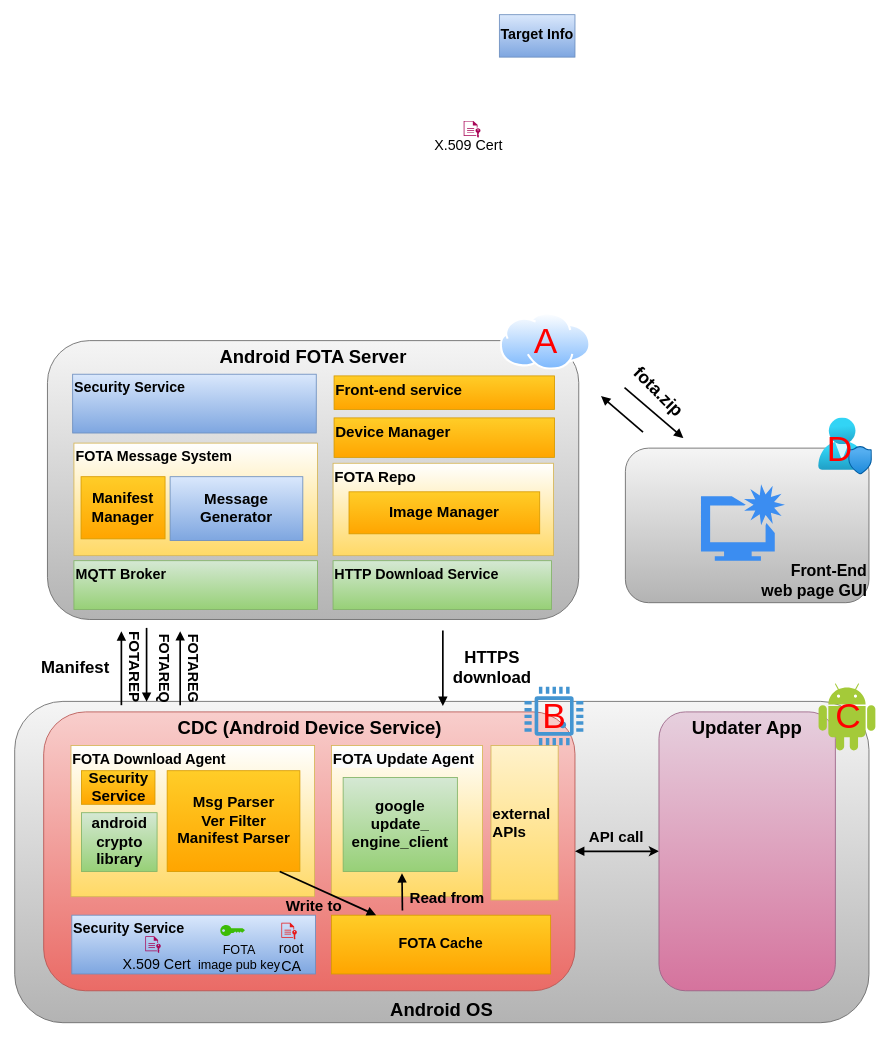
Above: autox/cdc-ota.drawio in carloscn/drawio (draw.io), before the change. Source tidied: cells renumbered, new cells numbered last; positions are measured from the earlier drawing's top-left corner, leaving out a move shared by most shapes. Both pictures are drawn from the tidied source at 84%, with x=0, y=0 at pixel (14, 14).
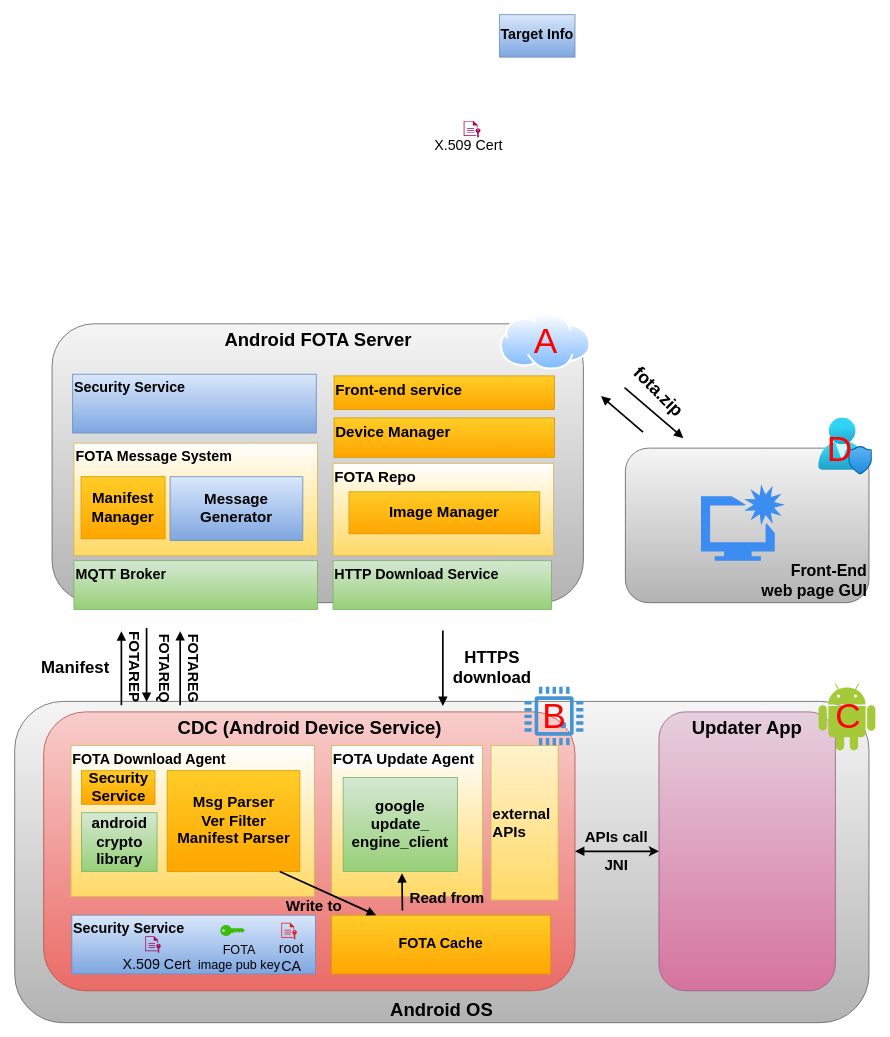
After the change.

The edit, as a diff of the source:
```diff
@@
     <mxCell id="15" value="Android FOTA Server" style="rounded=1;whiteSpace=wrap;html=1;verticalAlign=top;fontStyle=1;align=center;fillColor=#f5f5f5;strokeColor=#666666;fontSize=22;gradientColor=#b3b3b3;" parent="1" vertex="1">
-      <mxGeometry x="39" y="388" width="632.5" height="332" as="geometry" />
+      <mxGeometry x="44.5" y="368" width="632.5" height="332" as="geometry" />
     </mxCell>
@@
-    <mxCell id="57" value="API call" style="text;html=1;align=center;verticalAlign=middle;strokeColor=none;fillColor=none;fontStyle=1;fontSize=18;" parent="1" vertex="1">
-      <mxGeometry x="670.8" y="958.6" width="90" height="40" as="geometry" />
+    <mxCell id="57" value="APIs call" style="text;html=1;align=center;verticalAlign=middle;strokeColor=none;fillColor=none;fontStyle=1;fontSize=18;" parent="1" vertex="1">
+      <mxGeometry x="665.8" y="958.6" width="100" height="40" as="geometry" />
     </mxCell>
@@
+    <mxCell id="64" value="JNI" style="text;html=1;align=center;verticalAlign=middle;strokeColor=none;fillColor=none;fontStyle=1;fontSize=18;" parent="1" vertex="1">
+      <mxGeometry x="690.8" y="992.6" width="50" height="40" as="geometry" />
+    </mxCell>
```
